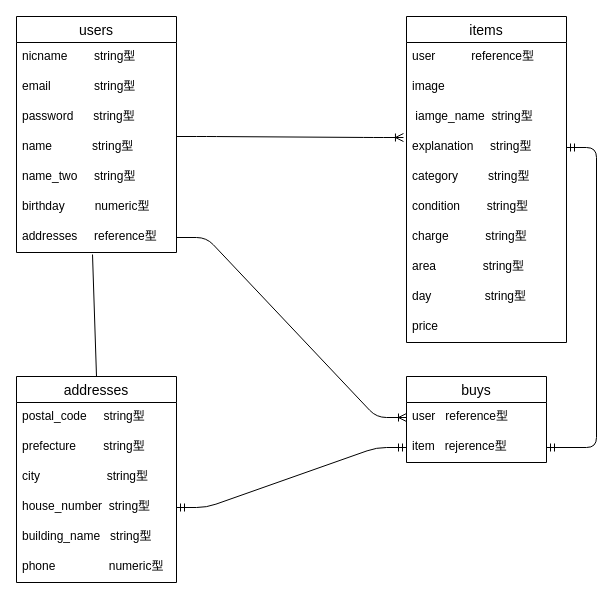
Before: test.dio in kawahagi111/furima-32995, a draw.io diagram. Source tidied: cells renumbered, new cells numbered last; positions are measured from the earlier drawing's top-left corner, leaving out a move shared by most shapes. Both pictures are drawn from the tidied source at 100%, with x=0, y=0 at pixel (16, 16).
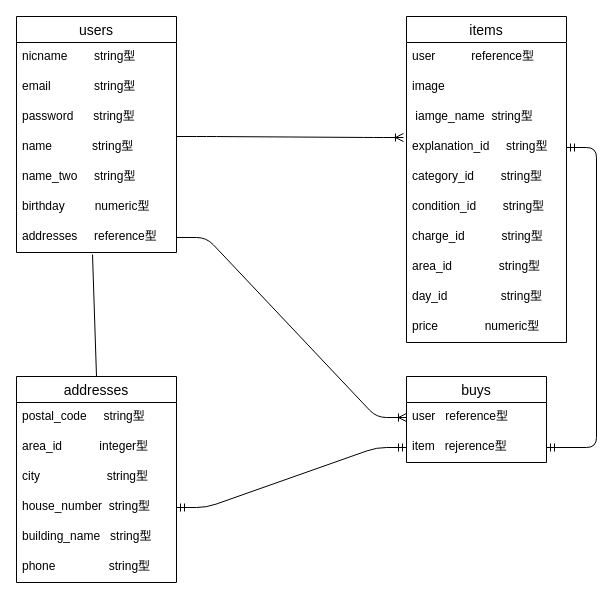
The same page after the edit.

Commit message (it also covers changes not shown here):
データベース設計3

Unchanged cells that the change refers to:
```xml
<mxCell id="11" value="items" style="swimlane;fontStyle=0;horizontal=1;startSize=26;align=center;fontSize=14;" parent="1" vertex="1">
  <mxGeometry x="390" width="160" height="326" as="geometry" />
</mxCell>
<mxCell id="22" value="addresses" style="swimlane;fontStyle=0;horizontal=1;startSize=26;align=center;fontSize=14;" parent="1" vertex="1">
  <mxGeometry y="360" width="160" height="206" as="geometry" />
</mxCell>
```

Diff of the diagram source:
```diff
@@
-    <mxCell id="15" value="explanation     string型" style="text;strokeColor=none;fillColor=none;spacingLeft=4;spacingRight=4;overflow=hidden;points=[[0,0.5],[1,0.5]];portConstraint=eastwest;fontSize=12;" parent="11" vertex="1">
+    <mxCell id="15" value="explanation_id     string型" style="text;strokeColor=none;fillColor=none;spacingLeft=4;spacingRight=4;overflow=hidden;points=[[0,0.5],[1,0.5]];portConstraint=eastwest;fontSize=12;" parent="11" vertex="1">
       <mxGeometry y="116" width="160" height="30" as="geometry" />
     </mxCell>
-    <mxCell id="16" value="category         string型" style="text;strokeColor=none;fillColor=none;spacingLeft=4;spacingRight=4;overflow=hidden;fontSize=12;" parent="11" vertex="1">
+    <mxCell id="16" value="category_id        string型" style="text;strokeColor=none;fillColor=none;spacingLeft=4;spacingRight=4;overflow=hidden;fontSize=12;" parent="11" vertex="1">
       <mxGeometry y="146" width="160" height="30" as="geometry" />
     </mxCell>
-    <mxCell id="17" value="condition        string型" style="text;strokeColor=none;fillColor=none;spacingLeft=4;spacingRight=4;overflow=hidden;fontSize=12;" parent="11" vertex="1">
+    <mxCell id="17" value="condition_id        string型" style="text;strokeColor=none;fillColor=none;spacingLeft=4;spacingRight=4;overflow=hidden;fontSize=12;" parent="11" vertex="1">
       <mxGeometry y="176" width="160" height="30" as="geometry" />
     </mxCell>
-    <mxCell id="18" value="charge           string型" style="text;strokeColor=none;fillColor=none;spacingLeft=4;spacingRight=4;overflow=hidden;fontSize=12;" parent="11" vertex="1">
+    <mxCell id="18" value="charge_id           string型" style="text;strokeColor=none;fillColor=none;spacingLeft=4;spacingRight=4;overflow=hidden;fontSize=12;" parent="11" vertex="1">
       <mxGeometry y="206" width="160" height="30" as="geometry" />
     </mxCell>
-    <mxCell id="19" value="area              string型" style="text;strokeColor=none;fillColor=none;spacingLeft=4;spacingRight=4;overflow=hidden;fontSize=12;" parent="11" vertex="1">
+    <mxCell id="19" value="area_id              string型" style="text;strokeColor=none;fillColor=none;spacingLeft=4;spacingRight=4;overflow=hidden;fontSize=12;" parent="11" vertex="1">
       <mxGeometry y="236" width="160" height="30" as="geometry" />
     </mxCell>
-    <mxCell id="20" value="day                string型" style="text;strokeColor=none;fillColor=none;spacingLeft=4;spacingRight=4;overflow=hidden;fontSize=12;" parent="11" vertex="1">
+    <mxCell id="20" value="day_id                string型" style="text;strokeColor=none;fillColor=none;spacingLeft=4;spacingRight=4;overflow=hidden;fontSize=12;" parent="11" vertex="1">
       <mxGeometry y="266" width="160" height="30" as="geometry" />
     </mxCell>
-    <mxCell id="21" value="price" style="text;strokeColor=none;fillColor=none;spacingLeft=4;spacingRight=4;overflow=hidden;fontSize=12;" parent="11" vertex="1">
+    <mxCell id="21" value="price              numeric型" style="text;strokeColor=none;fillColor=none;spacingLeft=4;spacingRight=4;overflow=hidden;fontSize=12;" parent="11" vertex="1">
       <mxGeometry y="296" width="160" height="30" as="geometry" />
     </mxCell>
@@
-    <mxCell id="24" value="prefecture　　 string型" style="text;strokeColor=none;fillColor=none;spacingLeft=4;spacingRight=4;overflow=hidden;fontSize=12;" parent="22" vertex="1">
+    <mxCell id="24" value="area_id　　    integer型" style="text;strokeColor=none;fillColor=none;spacingLeft=4;spacingRight=4;overflow=hidden;fontSize=12;" parent="22" vertex="1">
       <mxGeometry y="56" width="160" height="30" as="geometry" />
     </mxCell>
@@
-    <mxCell id="28" value="phone                numeric型" style="text;strokeColor=none;fillColor=none;spacingLeft=4;spacingRight=4;overflow=hidden;fontSize=12;" parent="22" vertex="1">
+    <mxCell id="28" value="phone                string型" style="text;strokeColor=none;fillColor=none;spacingLeft=4;spacingRight=4;overflow=hidden;fontSize=12;" parent="22" vertex="1">
       <mxGeometry y="176" width="160" height="30" as="geometry" />
     </mxCell>
```
